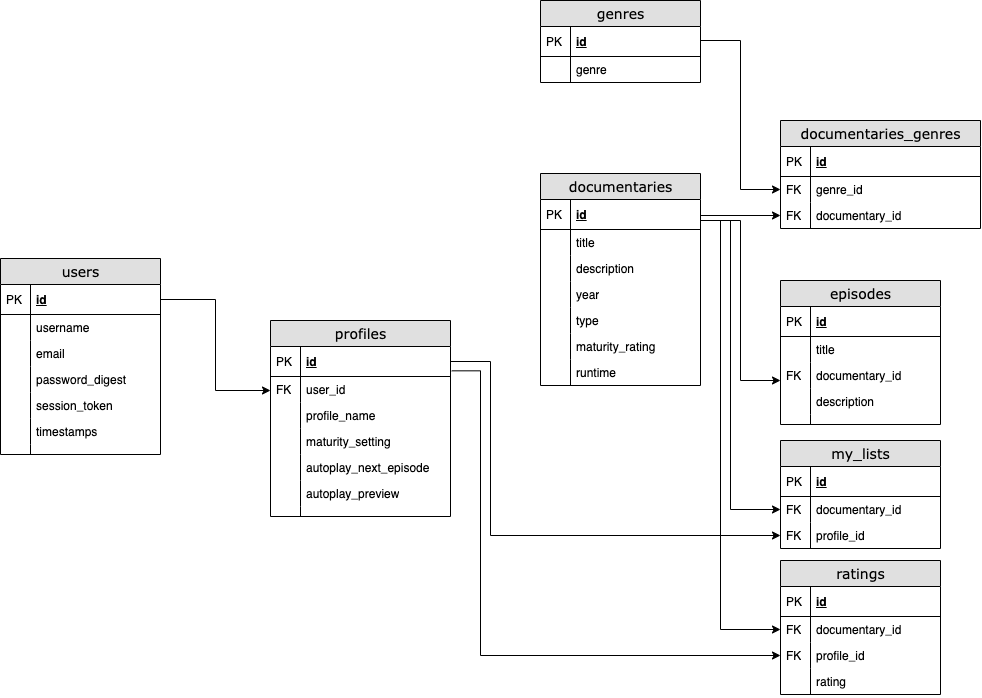
Above: app/assets/images/database_schema.drawio.png in mariavaghani/docuflix (draw.io), before the change. Source tidied: cells renumbered, new cells last; positions are measured from the earlier drawing's top-left corner, leaving out a move shared by most shapes.
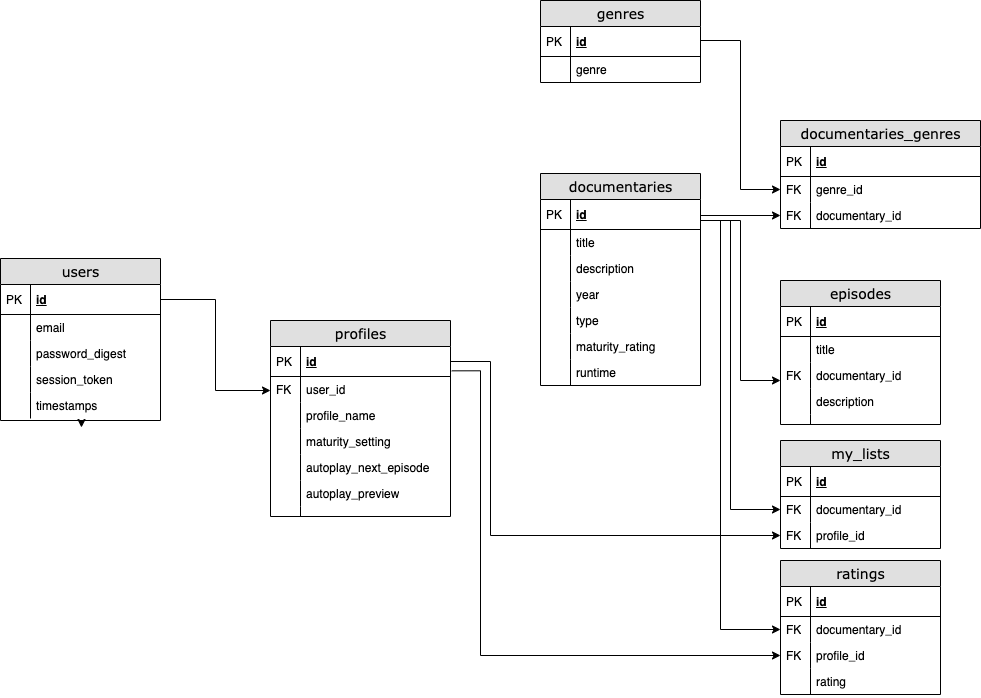
The same diagram one commit later.

Commit message:
removed username from users

What changed in the source:
```diff
@@ -126,7 +126,7 @@
       <mxGeometry width="30" height="10" as="geometry" />
     </mxCell>
     <mxCell id="43" value="users" style="swimlane;html=1;fontStyle=0;horizontal=1;startSize=26;fillColor=#e0e0e0;swimlaneFillColor=#ffffff;align=center;rounded=0;shadow=0;comic=0;labelBackgroundColor=none;strokeWidth=1;fontFamily=Verdana;fontSize=14;" parent="1" vertex="1">
-      <mxGeometry y="258" width="160" height="196" as="geometry" />
+      <mxGeometry y="258" width="160" height="162" as="geometry" />
     </mxCell>
     <mxCell id="44" value="id" style="shape=partialRectangle;top=0;left=0;right=0;bottom=1;html=1;align=left;verticalAlign=middle;fillColor=none;spacingLeft=34;spacingRight=4;whiteSpace=wrap;overflow=hidden;points=[[0,0.5],[1,0.5]];portConstraint=eastwest;fontStyle=5;" parent="43" vertex="1">
       <mxGeometry y="26" width="160" height="30" as="geometry" />
@@ -134,42 +134,35 @@
     <mxCell id="45" value="PK" style="shape=partialRectangle;top=0;left=0;bottom=0;html=1;fillColor=none;align=left;verticalAlign=middle;spacingLeft=4;spacingRight=4;whiteSpace=wrap;overflow=hidden;" parent="44" vertex="1">
       <mxGeometry width="30" height="30" as="geometry" />
     </mxCell>
-    <mxCell id="46" value="username" style="shape=partialRectangle;top=0;left=0;right=0;bottom=0;html=1;align=left;verticalAlign=top;fillColor=none;spacingLeft=34;spacingRight=4;whiteSpace=wrap;overflow=hidden;" parent="43" vertex="1">
-      <mxGeometry y="56" width="160" height="26" as="geometry" />
-    </mxCell>
-    <mxCell id="47" style="shape=partialRectangle;top=0;left=0;bottom=0;html=1;fillColor=none;align=left;verticalAlign=top;spacingLeft=4;spacingRight=4;whiteSpace=wrap;overflow=hidden;" parent="46" vertex="1">
-      <mxGeometry width="30" height="26" as="geometry" />
-    </mxCell>
     <mxCell id="48" value="email" style="shape=partialRectangle;top=0;left=0;right=0;bottom=0;html=1;align=left;verticalAlign=top;fillColor=none;spacingLeft=34;spacingRight=4;whiteSpace=wrap;overflow=hidden;" parent="43" vertex="1">
-      <mxGeometry y="82" width="160" height="26" as="geometry" />
+      <mxGeometry y="56" width="160" height="26" as="geometry" />
     </mxCell>
     <mxCell id="49" style="shape=partialRectangle;top=0;left=0;bottom=0;html=1;fillColor=none;align=left;verticalAlign=top;spacingLeft=4;spacingRight=4;whiteSpace=wrap;overflow=hidden;" parent="48" vertex="1">
       <mxGeometry width="30" height="26" as="geometry" />
     </mxCell>
     <mxCell id="50" value="password_digest" style="shape=partialRectangle;top=0;left=0;right=0;bottom=0;html=1;align=left;verticalAlign=top;fillColor=none;spacingLeft=34;spacingRight=4;whiteSpace=wrap;overflow=hidden;" parent="43" vertex="1">
-      <mxGeometry y="108" width="160" height="26" as="geometry" />
+      <mxGeometry y="82" width="160" height="26" as="geometry" />
     </mxCell>
     <mxCell id="51" style="shape=partialRectangle;top=0;left=0;bottom=0;html=1;fillColor=none;align=left;verticalAlign=top;spacingLeft=4;spacingRight=4;whiteSpace=wrap;overflow=hidden;" parent="50" vertex="1">
       <mxGeometry width="30" height="26" as="geometry" />
     </mxCell>
     <mxCell id="52" value="session_token" style="shape=partialRectangle;top=0;left=0;right=0;bottom=0;html=1;align=left;verticalAlign=top;fillColor=none;spacingLeft=34;spacingRight=4;whiteSpace=wrap;overflow=hidden;" parent="43" vertex="1">
-      <mxGeometry y="134" width="160" height="26" as="geometry" />
+      <mxGeometry y="108" width="160" height="26" as="geometry" />
     </mxCell>
     <mxCell id="53" style="shape=partialRectangle;top=0;left=0;bottom=0;html=1;fillColor=none;align=left;verticalAlign=top;spacingLeft=4;spacingRight=4;whiteSpace=wrap;overflow=hidden;" parent="52" vertex="1">
       <mxGeometry width="30" height="26" as="geometry" />
     </mxCell>
     <mxCell id="54" value="timestamps" style="shape=partialRectangle;top=0;left=0;right=0;bottom=0;html=1;align=left;verticalAlign=top;fillColor=none;spacingLeft=34;spacingRight=4;whiteSpace=wrap;overflow=hidden;" parent="43" vertex="1">
-      <mxGeometry y="160" width="160" height="26" as="geometry" />
+      <mxGeometry y="134" width="160" height="26" as="geometry" />
     </mxCell>
     <mxCell id="55" style="shape=partialRectangle;top=0;left=0;bottom=0;html=1;fillColor=none;align=left;verticalAlign=top;spacingLeft=4;spacingRight=4;whiteSpace=wrap;overflow=hidden;" parent="54" vertex="1">
       <mxGeometry width="30" height="26" as="geometry" />
     </mxCell>
-    <mxCell id="56" style="shape=partialRectangle;top=0;left=0;right=0;bottom=0;html=1;align=left;verticalAlign=top;fillColor=none;spacingLeft=34;spacingRight=4;whiteSpace=wrap;overflow=hidden;" parent="43" vertex="1">
-      <mxGeometry y="186" width="160" height="10" as="geometry" />
-    </mxCell>
-    <mxCell id="57" style="shape=partialRectangle;top=0;left=0;bottom=0;html=1;fillColor=none;align=left;verticalAlign=top;spacingLeft=4;spacingRight=4;whiteSpace=wrap;overflow=hidden;" parent="56" vertex="1">
-      <mxGeometry width="30" height="10" as="geometry" />
-    </mxCell>
+    <mxCell id="94" style="edgeStyle=orthogonalEdgeStyle;rounded=0;jettySize=auto;html=1;exitX=0.5;exitY=1;exitDx=0;exitDy=0;entryX=0.506;entryY=0.9;entryDx=0;entryDy=0;entryPerimeter=0;" parent="43" edge="1" source="43">
+      <mxGeometry relative="1" as="geometry">
+        <mxPoint x="81" y="169" as="targetPoint" />
+      </mxGeometry>
+    </mxCell>
     <mxCell id="58" style="edgeStyle=orthogonalEdgeStyle;rounded=0;jettySize=auto;html=1;exitX=1;exitY=0.5;exitDx=0;exitDy=0;" parent="1" edge="1" source="44">
       <mxGeometry relative="1" as="geometry">
         <mxPoint x="270" y="390" as="targetPoint" />
```
